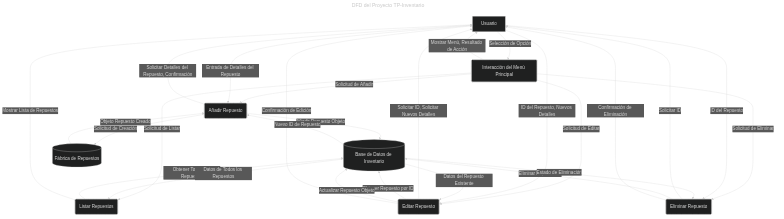
Before: docs/images/dfd_overview.png, a diagram exported from Mermaid (jmrodev/TP-Inventario). Its source is kept beside it as docs/dfd_overview.mmd.
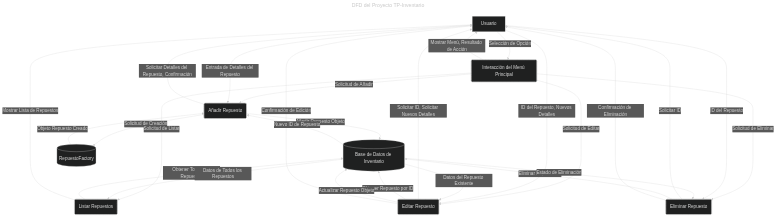
Above is the later version.

What changed in the source:
```diff
@@ -9,7 +9,7 @@
     processP4(Editar Repuesto)
     processP5(Eliminar Repuesto)
     dataStoreDS1[(Base de Datos de Inventario)]
-    dataStoreDS2[(Fábrica de Repuestos)]
+    dataStoreDS2[(RepuestoFactory)]
 
     externalUser --> |Selección de Opción| processP1
     processP1 --> |Mostrar Menú, Resultado de Acción| externalUser
```
